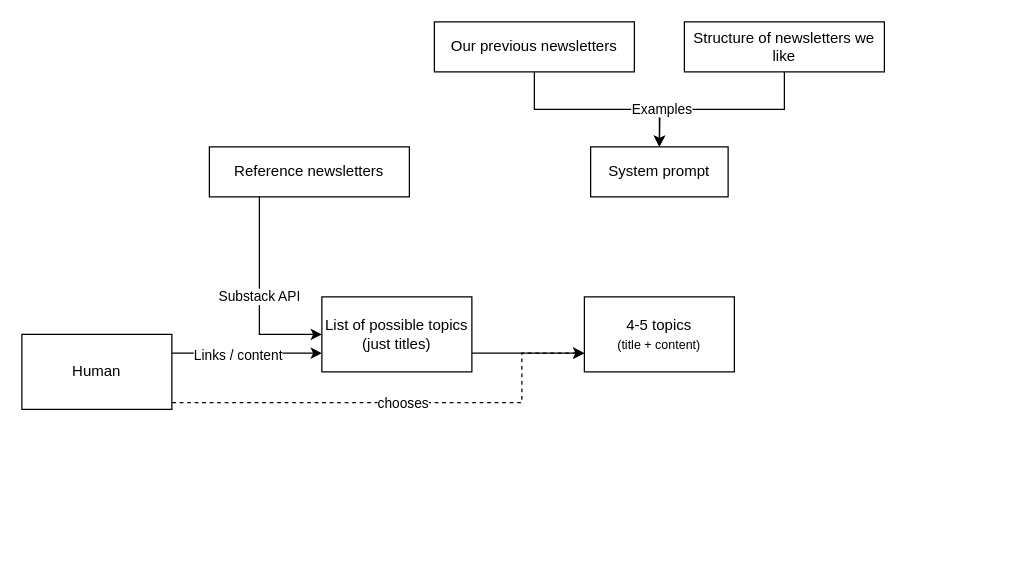
Above: newsletter-generation-pipeline-outline.drawio in sashkoangelov/newsletter-generation-pipeline (draw.io), before the change. Source tidied: cells renumbered, new cells numbered last; positions are measured from the earlier drawing's top-left corner, leaving out a move shared by most shapes. Both pictures are drawn from the tidied source at 125%, with x=0, y=0 at pixel (21, 21).
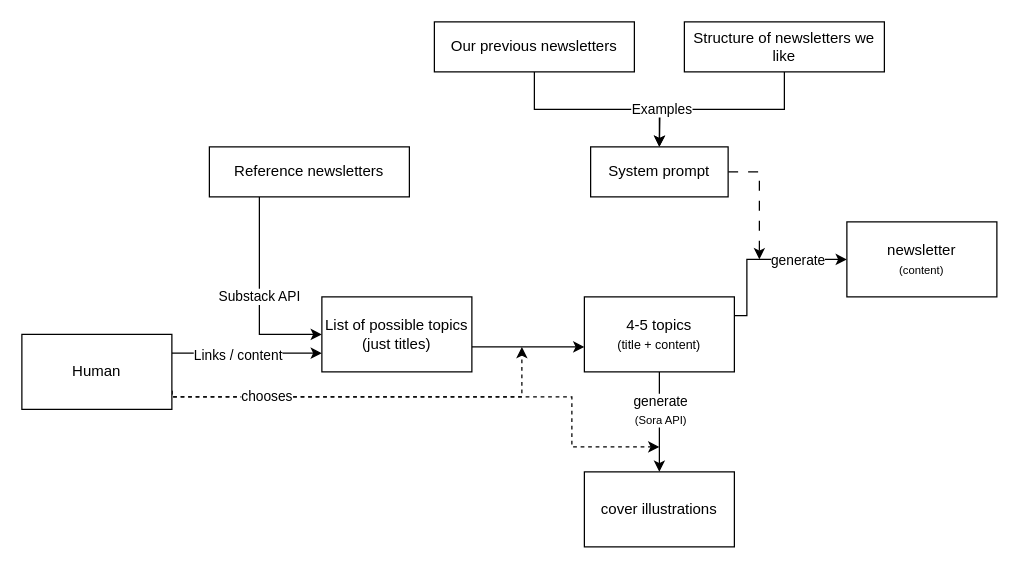
Above is the later version.

The change refers to these unchanged cells:
```xml
<mxCell id="7" value="Human" style="rounded=0;whiteSpace=wrap;html=1;" parent="1" vertex="1">
  <mxGeometry y="250" width="120" height="60" as="geometry" />
</mxCell>
<mxCell id="11" value="List of possible topics (just titles)" style="rounded=0;whiteSpace=wrap;html=1;" parent="1" vertex="1">
  <mxGeometry x="240" y="220" width="120" height="60" as="geometry" />
</mxCell>
<mxCell id="12" value="4-5 topics&lt;br&gt;&lt;font style=&quot;font-size: 10px;&quot;&gt;(title + content)&lt;/font&gt;" style="rounded=0;whiteSpace=wrap;html=1;" parent="1" vertex="1">
  <mxGeometry x="450" y="220" width="120" height="60" as="geometry" />
</mxCell>
<mxCell id="16" value="System prompt" style="rounded=0;whiteSpace=wrap;html=1;" parent="1" vertex="1">
  <mxGeometry x="455" y="100" width="110" height="40" as="geometry" />
</mxCell>
```

Change to the diagram source:
```diff
@@
+    <mxCell id="17" style="edgeStyle=orthogonalEdgeStyle;rounded=0;jettySize=auto;html=1;exitX=1;exitY=0.75;exitDx=0;exitDy=0;dashed=1;" parent="1" edge="1" source="7">
+      <mxGeometry relative="1" as="geometry">
+        <mxPoint x="510" y="340" as="targetPoint" />
+        <Array as="points">
+          <mxPoint x="120" y="300" />
+          <mxPoint x="440" y="300" />
+          <mxPoint x="440" y="340" />
+        </Array>
+      </mxGeometry>
+    </mxCell>
@@
-    <mxCell id="6" value="chooses" style="edgeStyle=orthogonalEdgeStyle;rounded=0;jettySize=auto;html=1;exitX=1.002;exitY=0.909;exitDx=0;exitDy=0;entryX=0;entryY=0.75;entryDx=0;entryDy=0;dashed=1;exitPerimeter=0;" parent="1" edge="1" source="7" target="12">
-      <mxGeometry relative="1" as="geometry">
+    <mxCell id="6" value="chooses" style="edgeStyle=orthogonalEdgeStyle;rounded=0;jettySize=auto;html=1;exitX=1;exitY=0.75;exitDx=0;exitDy=0;dashed=1;" parent="1" edge="1" source="7">
+      <mxGeometry x="-0.5" relative="1" as="geometry">
+        <mxPoint x="400" y="260" as="targetPoint" />
         <Array as="points">
-          <mxPoint x="400" y="305" />
-          <mxPoint x="400" y="265" />
+          <mxPoint x="120" y="300" />
+          <mxPoint x="400" y="300" />
         </Array>
       </mxGeometry>
     </mxCell>
@@
-    <mxCell id="10" style="edgeStyle=orthogonalEdgeStyle;rounded=0;jettySize=auto;html=1;exitX=1;exitY=0.75;exitDx=0;exitDy=0;entryX=0;entryY=0.75;entryDx=0;entryDy=0;jumpStyle=none;curved=1;" parent="1" edge="1" source="11" target="12">
-      <mxGeometry relative="1" as="geometry" />
+    <mxCell id="10" style="edgeStyle=orthogonalEdgeStyle;rounded=0;orthogonalLoop=1;jettySize=auto;html=1;exitX=1;exitY=0.75;exitDx=0;exitDy=0;entryX=0;entryY=0.75;entryDx=0;entryDy=0;jumpStyle=none;curved=1;" parent="1" edge="1">
+      <mxGeometry relative="1" as="geometry">
+        <mxPoint x="360" y="260" as="sourcePoint" />
+        <mxPoint x="450" y="260" as="targetPoint" />
+      </mxGeometry>
     </mxCell>
@@
+    <mxCell id="18" style="edgeStyle=orthogonalEdgeStyle;rounded=0;jettySize=auto;html=1;exitX=1;exitY=0.25;exitDx=0;exitDy=0;entryX=0;entryY=0.5;entryDx=0;entryDy=0;" parent="1" edge="1" source="12" target="23">
+      <mxGeometry relative="1" as="geometry">
+        <Array as="points">
+          <mxPoint x="580" y="235" />
+          <mxPoint x="580" y="190" />
+        </Array>
+      </mxGeometry>
+    </mxCell>
+    <mxCell id="19" style="edgeStyle=orthogonalEdgeStyle;rounded=0;jettySize=auto;html=1;exitX=0.5;exitY=1;exitDx=0;exitDy=0;entryX=0.5;entryY=0;entryDx=0;entryDy=0;" parent="1" edge="1" source="12" target="24">
+      <mxGeometry relative="1" as="geometry" />
+    </mxCell>
+    <mxCell id="20" value="generate&lt;br&gt;&lt;font style=&quot;font-size: 9px;&quot;&gt;(Sora API)&lt;/font&gt;" style="edgeLabel;html=1;align=center;verticalAlign=middle;" parent="19" vertex="1">
+      <mxGeometry x="-0.25" relative="1" as="geometry" />
+    </mxCell>
@@
+    <mxCell id="21" style="edgeStyle=orthogonalEdgeStyle;rounded=0;jettySize=auto;html=1;exitX=1;exitY=0.5;exitDx=0;exitDy=0;dashed=1;dashPattern=8 8;" parent="1" edge="1" source="16">
+      <mxGeometry relative="1" as="geometry">
+        <mxPoint x="590" y="190" as="targetPoint" />
+        <Array as="points">
+          <mxPoint x="590" y="120" />
+        </Array>
+      </mxGeometry>
+    </mxCell>
+    <mxCell id="22" value="generate" style="edgeLabel;html=1;align=center;verticalAlign=middle;" parent="21" vertex="1">
+      <mxGeometry x="0.52" y="-4" relative="1" as="geometry">
+        <mxPoint x="34" y="23" as="offset" />
+      </mxGeometry>
+    </mxCell>
@@
+    <mxCell id="23" value="newsletter&lt;br&gt;&lt;font style=&quot;font-size: 9px;&quot;&gt;(content)&lt;/font&gt;" style="rounded=0;whiteSpace=wrap;html=1;" parent="1" vertex="1">
+      <mxGeometry x="660" y="160" width="120" height="60" as="geometry" />
+    </mxCell>
+    <mxCell id="24" value="cover illustrations" style="rounded=0;whiteSpace=wrap;html=1;" parent="1" vertex="1">
+      <mxGeometry x="450" y="360" width="120" height="60" as="geometry" />
+    </mxCell>
```
